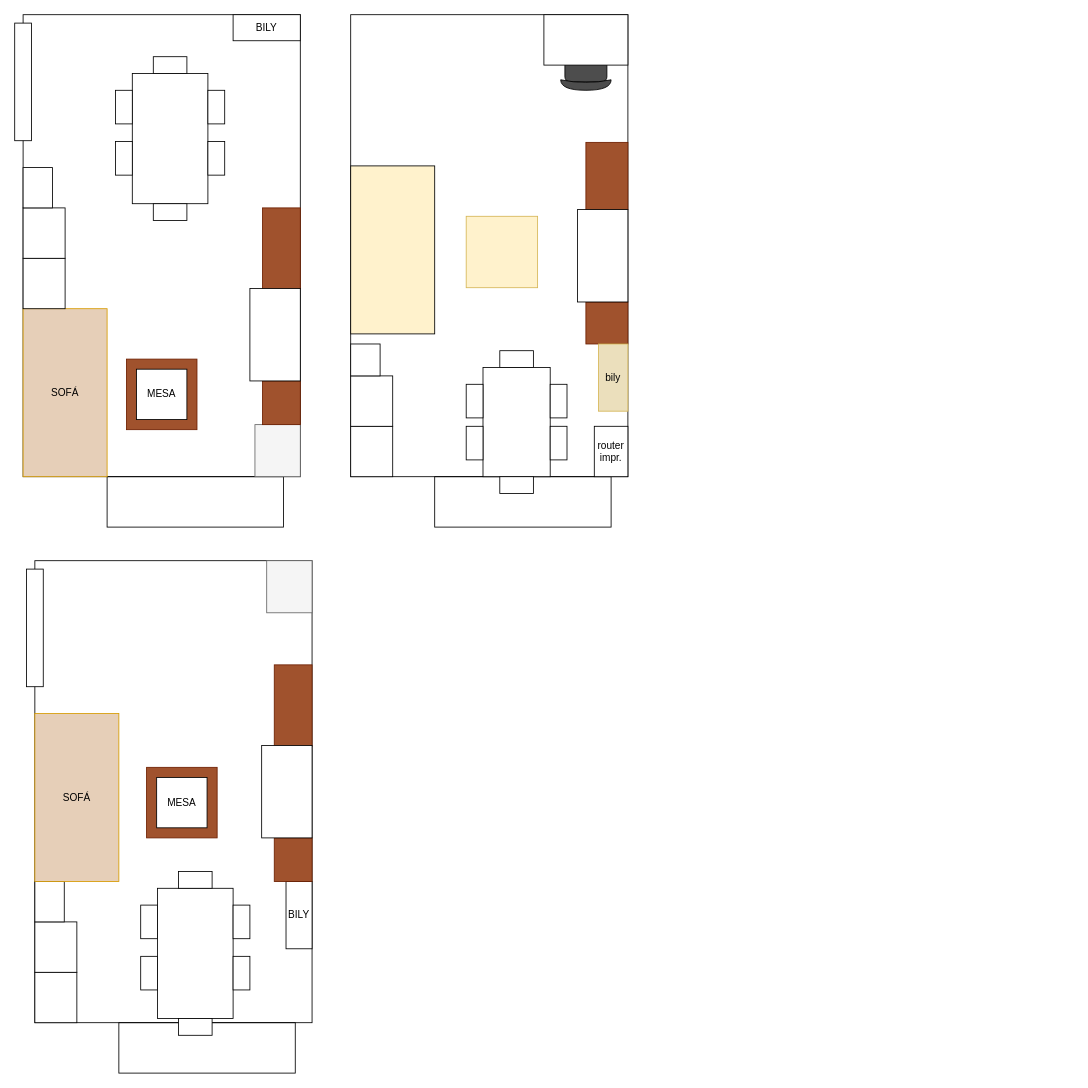
Above: Diagrama sin título.drawio in rlop666/diagramas (draw.io), before the change. Source tidied: cells renumbered, new cells numbered last; positions are measured from the earlier drawing's top-left corner, leaving out a move shared by most shapes. Both pictures are drawn from the tidied source at 84%, with x=0, y=0 at pixel (14, 14).
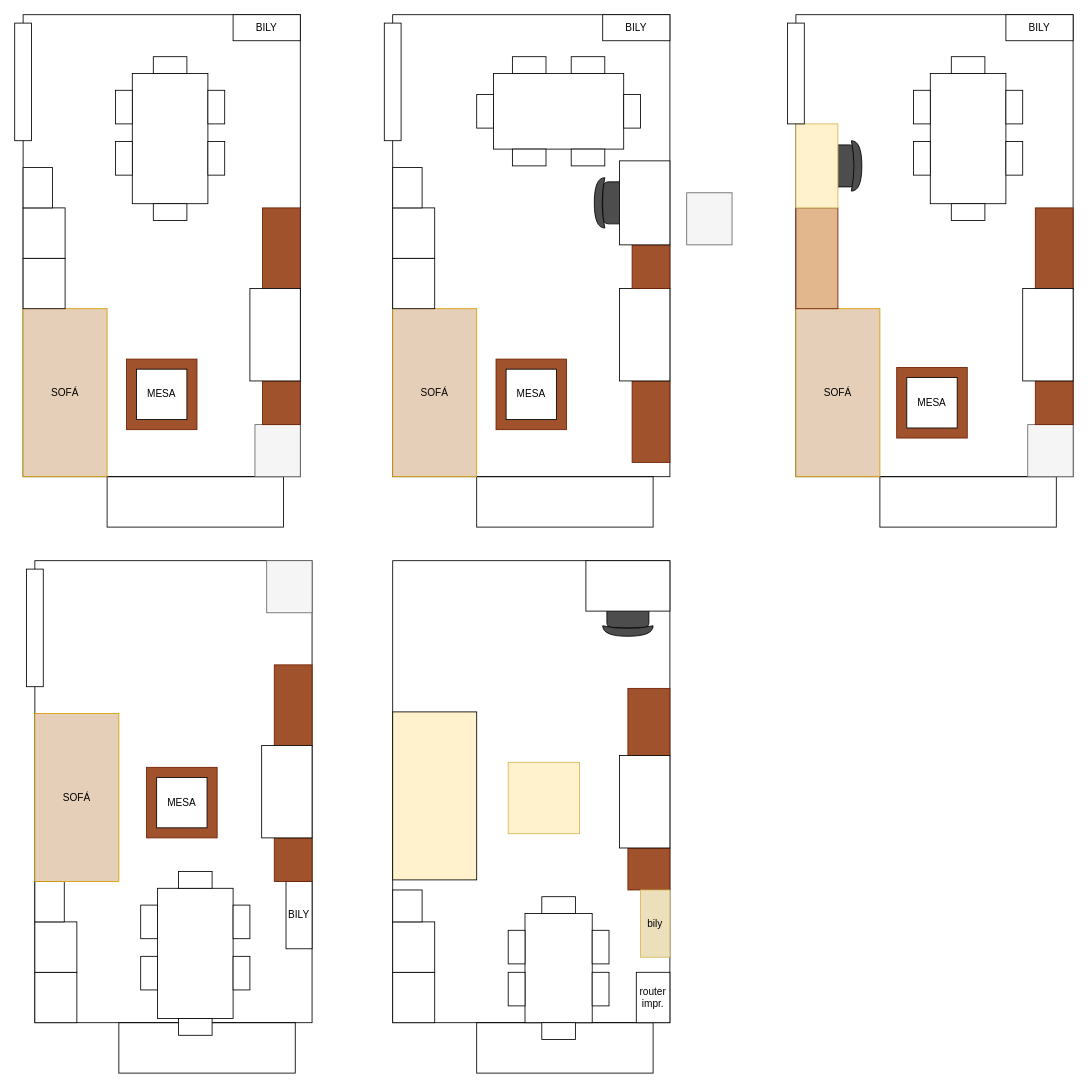
The same page after the edit.

Change to the diagram source:
```diff
@@
     <mxCell id="2" style="group;" parent="1" vertex="1">
-      <mxGeometry x="400" width="330" height="610" as="geometry" />
+      <mxGeometry x="450" y="650" width="330" height="610" as="geometry" />
     </mxCell>
@@
+    <mxCell id="75" style="group;" parent="1" vertex="1">
+      <mxGeometry x="450" width="330" height="610" as="geometry" />
+    </mxCell>
+    <mxCell id="76" style="rounded=0;whiteSpace=wrap;html=1;fillColor=none;" parent="75" vertex="1">
+      <mxGeometry width="330" height="550" as="geometry" />
+    </mxCell>
+    <mxCell id="77" style="rounded=0;whiteSpace=wrap;html=1;fillColor=none;" parent="75" vertex="1">
+      <mxGeometry x="100" y="550" width="210" height="60" as="geometry" />
+    </mxCell>
+    <mxCell id="78" value="SOFÁ" style="rounded=0;whiteSpace=wrap;html=1;fillColor=#E6CFB8;strokeColor=#d79b00;" parent="75" vertex="1">
+      <mxGeometry y="350" width="100" height="200" as="geometry" />
+    </mxCell>
+    <mxCell id="79" value="BILY" style="rounded=0;whiteSpace=wrap;html=1;" parent="75" vertex="1">
+      <mxGeometry x="250" width="80" height="31" as="geometry" />
+    </mxCell>
+    <mxCell id="80" style="rounded=0;whiteSpace=wrap;html=1;fillColor=#a0522d;fontColor=#ffffff;strokeColor=#6D1F00;" parent="75" vertex="1">
+      <mxGeometry x="285" y="436" width="45" height="97" as="geometry" />
+    </mxCell>
+    <mxCell id="81" style="group;" parent="75" vertex="1">
+      <mxGeometry x="123" y="410" width="84" height="84" as="geometry" />
+    </mxCell>
+    <mxCell id="82" style="rounded=0;whiteSpace=wrap;html=1;fillColor=#a0522d;fontColor=#ffffff;strokeColor=#6D1F00;" parent="81" vertex="1">
+      <mxGeometry width="84" height="84" as="geometry" />
+    </mxCell>
+    <mxCell id="83" value="MESA" style="rounded=0;whiteSpace=wrap;html=1;" parent="81" vertex="1">
+      <mxGeometry x="12" y="12" width="60" height="60" as="geometry" />
+    </mxCell>
+    <mxCell id="84" style="rounded=0;whiteSpace=wrap;html=1;" parent="75" vertex="1">
+      <mxGeometry y="290" width="50" height="60" as="geometry" />
+    </mxCell>
+    <mxCell id="85" style="rounded=0;whiteSpace=wrap;html=1;" parent="75" vertex="1">
+      <mxGeometry y="230" width="50" height="60" as="geometry" />
+    </mxCell>
+    <mxCell id="86" style="rounded=0;whiteSpace=wrap;html=1;" parent="75" vertex="1">
+      <mxGeometry y="182" width="35" height="48" as="geometry" />
+    </mxCell>
+    <mxCell id="87" style="rounded=0;whiteSpace=wrap;html=1;" parent="75" vertex="1">
+      <mxGeometry x="270" y="326" width="60" height="110" as="geometry" />
+    </mxCell>
+    <mxCell id="88" style="group;" parent="75" vertex="1">
+      <mxGeometry x="100" y="50" width="195" height="130" as="geometry" />
+    </mxCell>
+    <mxCell id="89" style="rounded=0;whiteSpace=wrap;html=1;direction=west;" parent="88" vertex="1">
+      <mxGeometry x="20" y="20" width="155" height="90" as="geometry" />
+    </mxCell>
+    <mxCell id="90" style="rounded=0;whiteSpace=wrap;html=1;" parent="88" vertex="1">
+      <mxGeometry x="42.5" width="40" height="20" as="geometry" />
+    </mxCell>
+    <mxCell id="91" style="rounded=0;whiteSpace=wrap;html=1;" parent="88" vertex="1">
+      <mxGeometry x="42.5" y="110" width="40" height="20" as="geometry" />
+    </mxCell>
+    <mxCell id="92" style="rounded=0;whiteSpace=wrap;html=1;direction=south;" parent="88" vertex="1">
+      <mxGeometry x="175" y="45" width="20" height="40" as="geometry" />
+    </mxCell>
+    <mxCell id="93" style="rounded=0;whiteSpace=wrap;html=1;direction=south;" parent="88" vertex="1">
+      <mxGeometry y="45" width="20" height="40" as="geometry" />
+    </mxCell>
+    <mxCell id="94" style="rounded=0;whiteSpace=wrap;html=1;" parent="88" vertex="1">
+      <mxGeometry x="112.5" width="40" height="20" as="geometry" />
+    </mxCell>
+    <mxCell id="95" style="rounded=0;whiteSpace=wrap;html=1;" parent="88" vertex="1">
+      <mxGeometry x="112.5" y="110" width="40" height="20" as="geometry" />
+    </mxCell>
+    <mxCell id="96" style="rounded=0;whiteSpace=wrap;html=1;fillColor=#a0522d;fontColor=#ffffff;strokeColor=#6D1F00;" parent="75" vertex="1">
+      <mxGeometry x="285" y="274" width="45" height="52" as="geometry" />
+    </mxCell>
+    <mxCell id="97" style="rounded=1;whiteSpace=wrap;html=1;direction=south;fillColor=#4D4D4D;" parent="75" vertex="1">
+      <mxGeometry x="250" y="199" width="45" height="50" as="geometry" />
+    </mxCell>
+    <mxCell id="98" style="shape=xor;whiteSpace=wrap;html=1;direction=west;fillColor=#4D4D4D;" parent="75" vertex="1">
+      <mxGeometry x="240" y="194" width="12.5" height="60" as="geometry" />
+    </mxCell>
+    <mxCell id="99" style="rounded=0;whiteSpace=wrap;html=1;direction=south;" parent="75" vertex="1">
+      <mxGeometry x="270" y="174" width="60" height="100" as="geometry" />
+    </mxCell>
+    <mxCell id="100" style="rounded=0;whiteSpace=wrap;html=1;" parent="1" vertex="1">
+      <mxGeometry x="440" y="10" width="20" height="140" as="geometry" />
+    </mxCell>
+    <mxCell id="101" style="rounded=0;whiteSpace=wrap;html=1;fillColor=#f5f5f5;fontColor=#333333;strokeColor=#666666;" parent="1" vertex="1">
+      <mxGeometry x="800" y="212" width="54" height="62" as="geometry" />
+    </mxCell>
+    <mxCell id="102" style="group;" parent="1" vertex="1">
+      <mxGeometry x="930" width="330" height="610" as="geometry" />
+    </mxCell>
+    <mxCell id="103" style="rounded=0;whiteSpace=wrap;html=1;fillColor=none;" parent="102" vertex="1">
+      <mxGeometry width="330" height="550" as="geometry" />
+    </mxCell>
+    <mxCell id="104" style="rounded=0;whiteSpace=wrap;html=1;fillColor=none;" parent="102" vertex="1">
+      <mxGeometry x="100" y="550" width="210" height="60" as="geometry" />
+    </mxCell>
+    <mxCell id="105" value="SOFÁ" style="rounded=0;whiteSpace=wrap;html=1;fillColor=#E6CFB8;strokeColor=#d79b00;" parent="102" vertex="1">
+      <mxGeometry y="350" width="100" height="200" as="geometry" />
+    </mxCell>
+    <mxCell id="106" value="BILY" style="rounded=0;whiteSpace=wrap;html=1;" parent="102" vertex="1">
+      <mxGeometry x="250" width="80" height="31" as="geometry" />
+    </mxCell>
+    <mxCell id="107" style="rounded=0;whiteSpace=wrap;html=1;fillColor=#f5f5f5;fontColor=#333333;strokeColor=#666666;" parent="102" vertex="1">
+      <mxGeometry x="276" y="488" width="54" height="62" as="geometry" />
+    </mxCell>
+    <mxCell id="108" style="rounded=0;whiteSpace=wrap;html=1;fillColor=#a0522d;fontColor=#ffffff;strokeColor=#6D1F00;" parent="102" vertex="1">
+      <mxGeometry x="285" y="436" width="45" height="52" as="geometry" />
+    </mxCell>
+    <mxCell id="109" style="rounded=0;whiteSpace=wrap;html=1;fillColor=#a0522d;fontColor=#ffffff;strokeColor=#6D1F00;" parent="102" vertex="1">
+      <mxGeometry x="285" y="230" width="45" height="97" as="geometry" />
+    </mxCell>
+    <mxCell id="110" style="group;" parent="102" vertex="1">
+      <mxGeometry x="120" y="420" width="84" height="84" as="geometry" />
+    </mxCell>
+    <mxCell id="111" style="rounded=0;whiteSpace=wrap;html=1;fillColor=#a0522d;fontColor=#ffffff;strokeColor=#6D1F00;" parent="110" vertex="1">
+      <mxGeometry width="84" height="84" as="geometry" />
+    </mxCell>
+    <mxCell id="112" value="MESA" style="rounded=0;whiteSpace=wrap;html=1;" parent="110" vertex="1">
+      <mxGeometry x="12" y="12" width="60" height="60" as="geometry" />
+    </mxCell>
+    <mxCell id="113" style="rounded=0;whiteSpace=wrap;html=1;fillColor=#E3B78D;fontColor=#ffffff;strokeColor=#6D1F00;" parent="102" vertex="1">
+      <mxGeometry y="230" width="50" height="120" as="geometry" />
+    </mxCell>
+    <mxCell id="114" style="rounded=0;whiteSpace=wrap;html=1;" parent="102" vertex="1">
+      <mxGeometry x="270" y="326" width="60" height="110" as="geometry" />
+    </mxCell>
+    <mxCell id="115" style="group;" parent="102" vertex="1">
+      <mxGeometry x="140" y="50" width="130" height="195" as="geometry" />
+    </mxCell>
+    <mxCell id="116" style="rounded=0;whiteSpace=wrap;html=1;direction=south;" parent="115" vertex="1">
+      <mxGeometry x="20" y="20" width="90" height="155" as="geometry" />
+    </mxCell>
+    <mxCell id="117" style="rounded=0;whiteSpace=wrap;html=1;" parent="115" vertex="1">
+      <mxGeometry x="45" width="40" height="20" as="geometry" />
+    </mxCell>
+    <mxCell id="118" style="rounded=0;whiteSpace=wrap;html=1;" parent="115" vertex="1">
+      <mxGeometry x="45" y="175" width="40" height="20" as="geometry" />
+    </mxCell>
+    <mxCell id="119" style="rounded=0;whiteSpace=wrap;html=1;direction=south;" parent="115" vertex="1">
+      <mxGeometry x="110" y="40" width="20" height="40" as="geometry" />
+    </mxCell>
+    <mxCell id="120" style="rounded=0;whiteSpace=wrap;html=1;direction=south;" parent="115" vertex="1">
+      <mxGeometry x="110" y="101" width="20" height="40" as="geometry" />
+    </mxCell>
+    <mxCell id="121" style="rounded=0;whiteSpace=wrap;html=1;direction=south;" parent="115" vertex="1">
+      <mxGeometry y="101" width="20" height="40" as="geometry" />
+    </mxCell>
+    <mxCell id="122" style="rounded=0;whiteSpace=wrap;html=1;direction=south;" parent="115" vertex="1">
+      <mxGeometry y="40" width="20" height="40" as="geometry" />
+    </mxCell>
+    <mxCell id="123" style="rounded=1;whiteSpace=wrap;html=1;direction=south;fillColor=#4D4D4D;" parent="102" vertex="1">
+      <mxGeometry x="26" y="155" width="45" height="50" as="geometry" />
+    </mxCell>
+    <mxCell id="124" style="shape=xor;whiteSpace=wrap;html=1;direction=east;fillColor=#4D4D4D;" parent="102" vertex="1">
+      <mxGeometry x="66" y="150" width="12.5" height="60" as="geometry" />
+    </mxCell>
+    <mxCell id="125" style="rounded=0;whiteSpace=wrap;html=1;direction=south;fillColor=#fff2cc;strokeColor=#d6b656;" parent="102" vertex="1">
+      <mxGeometry y="130" width="50" height="100" as="geometry" />
+    </mxCell>
+    <mxCell id="126" style="rounded=0;whiteSpace=wrap;html=1;" parent="1" vertex="1">
+      <mxGeometry x="920" y="10" width="20" height="120" as="geometry" />
+    </mxCell>
```
